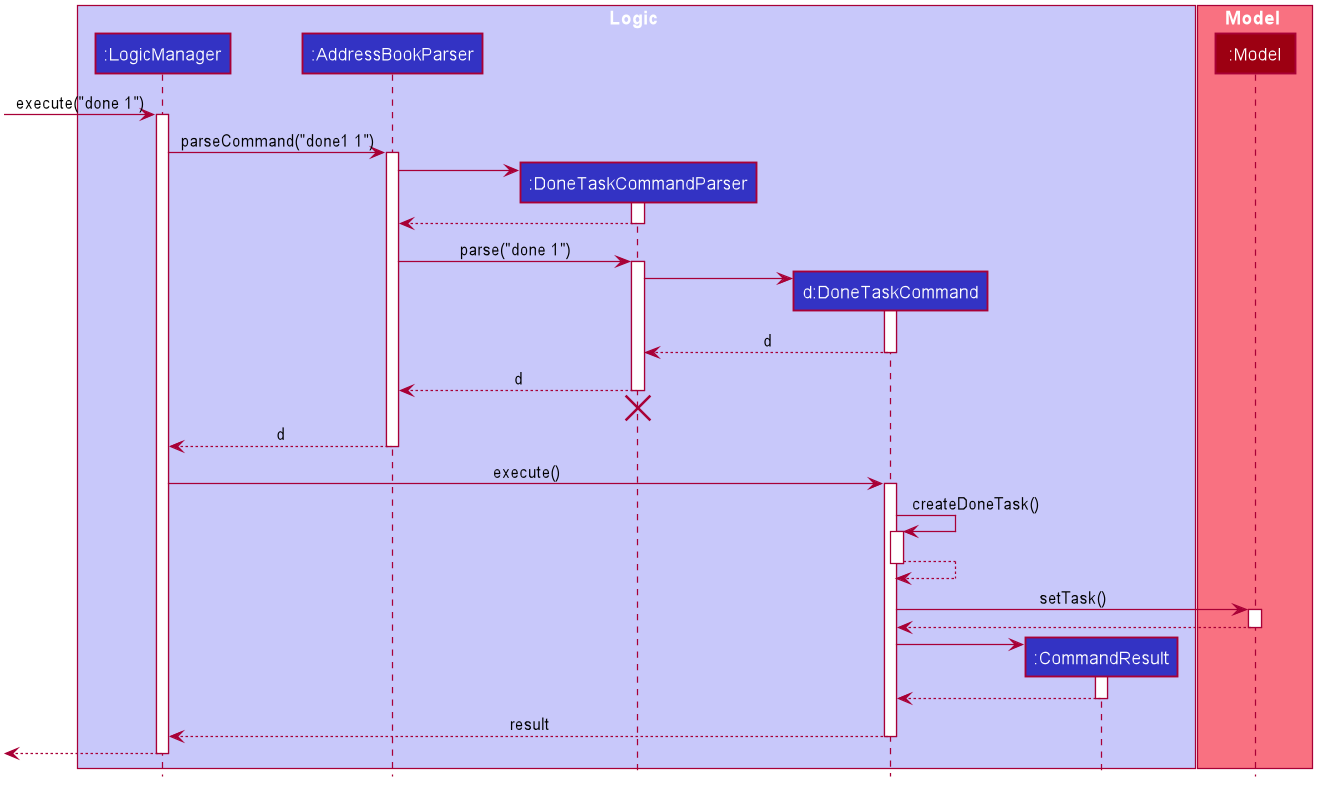
nus-cs2103-AY2021S2/tp keeps this PlantUML diagram as docs/images/DoneTaskSequenceDiagram.png. Above is the earlier version. Its diagram source:
```plantuml
@startuml








skinparam BackgroundColor #FFFFFFF

skinparam Shadowing false

skinparam Class {
    FontColor #FFFFFF
    BorderThickness 1
    BorderColor #FFFFFF
    StereotypeFontColor #FFFFFF
    FontName Arial
}

skinparam Actor {
    BorderColor #000000
    Color #000000
    FontName Arial
}

skinparam Sequence {
    MessageAlign center
    BoxFontSize 15
    BoxPadding 0
    BoxFontColor #FFFFFF
    FontName Arial
}

skinparam Participant {
    FontColor #FFFFFFF
    Padding 20
}

skinparam MinClassWidth 50
skinparam ParticipantPadding 10
skinparam Shadowing false
skinparam DefaultTextAlignment center
skinparam packageStyle Rectangle

hide footbox
hide members
hide circle

box Logic #C8C8FA
participant ":LogicManager" as LogicManager #3333C4
participant ":AddressBookParser" as AddressBookParser #3333C4
participant ":DoneTaskCommandParser" as DoneTaskCommandParser #3333C4
participant "d:DoneTaskCommand" as DoneTaskCommand #3333C4
participant ":CommandResult" as CommandResult #3333C4
end box

box Model #F97181
participant ":Model" as Model #9D0012
end box

[-> LogicManager : execute("done 1")
activate LogicManager

LogicManager -> AddressBookParser : parseCommand("done1 1")
activate AddressBookParser

create DoneTaskCommandParser
AddressBookParser -> DoneTaskCommandParser
activate DoneTaskCommandParser

DoneTaskCommandParser --> AddressBookParser
deactivate DoneTaskCommandParser

AddressBookParser -> DoneTaskCommandParser : parse("done 1")
activate DoneTaskCommandParser

create DoneTaskCommand
DoneTaskCommandParser -> DoneTaskCommand
activate DoneTaskCommand

DoneTaskCommand --> DoneTaskCommandParser : d
deactivate DoneTaskCommand

DoneTaskCommandParser --> AddressBookParser : d
deactivate DoneTaskCommandParser
DoneTaskCommandParser -[hidden]-> AddressBookParser
destroy DoneTaskCommandParser

AddressBookParser --> LogicManager : d
deactivate AddressBookParser

LogicManager -> DoneTaskCommand : execute()
activate DoneTaskCommand

DoneTaskCommand -> DoneTaskCommand : createDoneTask()
activate DoneTaskCommand

DoneTaskCommand --> DoneTaskCommand
deactivate DoneTaskCommand

DoneTaskCommand -> Model : setTask()
activate Model

Model --> DoneTaskCommand
deactivate Model

create CommandResult
DoneTaskCommand -> CommandResult
activate CommandResult

CommandResult --> DoneTaskCommand
deactivate CommandResult

DoneTaskCommand --> LogicManager : result
deactivate DoneTaskCommand

[<--LogicManager
deactivate LogicManager
@enduml
```
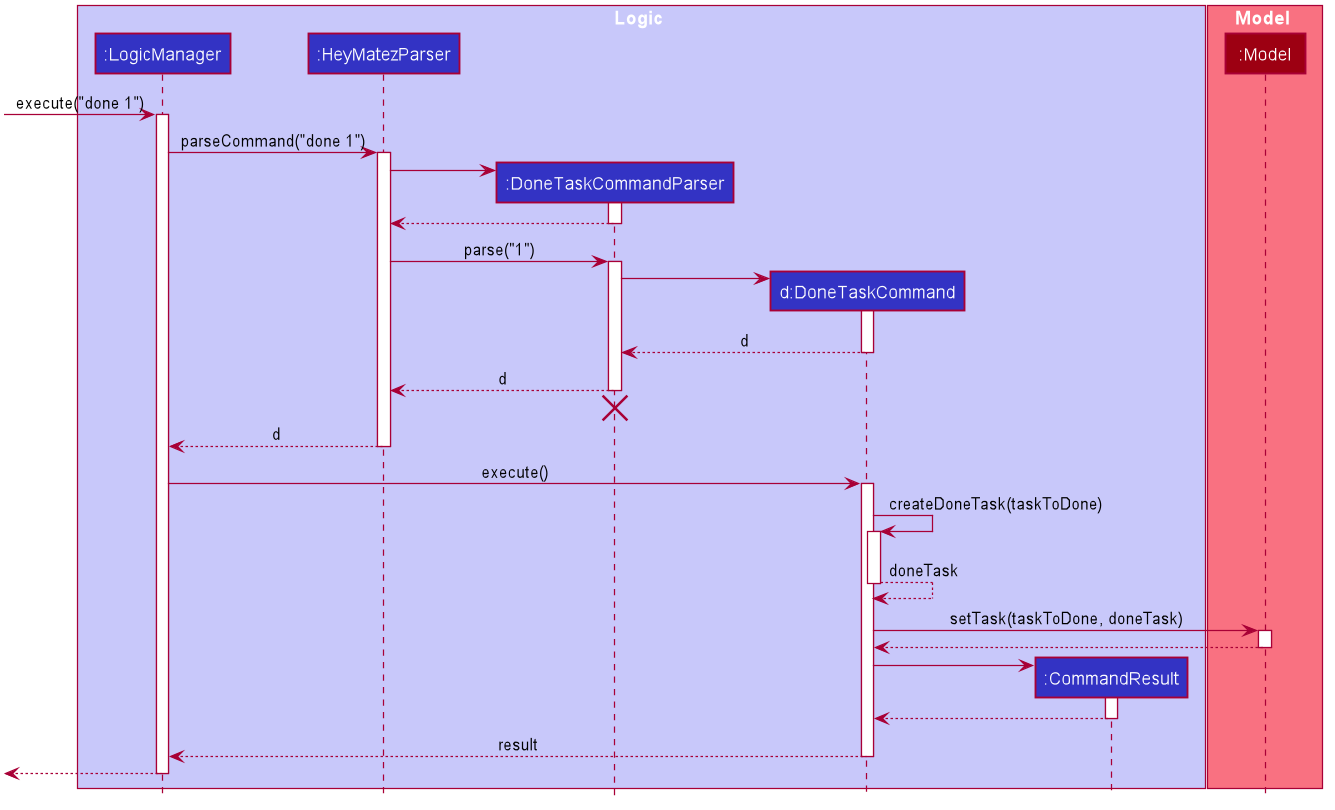
Later version of the same file.

What changed in the source:
```diff
@@ -50,7 +50,7 @@
 
 box Logic #C8C8FA
 participant ":LogicManager" as LogicManager #3333C4
-participant ":AddressBookParser" as AddressBookParser #3333C4
+participant ":HeyMatezParser" as HeyMatezParser #3333C4
 participant ":DoneTaskCommandParser" as DoneTaskCommandParser #3333C4
 participant "d:DoneTaskCommand" as DoneTaskCommand #3333C4
 participant ":CommandResult" as CommandResult #3333C4
@@ -63,17 +63,17 @@
 [-> LogicManager : execute("done 1")
 activate LogicManager
 
-LogicManager -> AddressBookParser : parseCommand("done1 1")
-activate AddressBookParser
+LogicManager -> HeyMatezParser : parseCommand("done 1")
+activate HeyMatezParser
 
 create DoneTaskCommandParser
-AddressBookParser -> DoneTaskCommandParser
+HeyMatezParser -> DoneTaskCommandParser
 activate DoneTaskCommandParser
 
-DoneTaskCommandParser --> AddressBookParser
+DoneTaskCommandParser --> HeyMatezParser
 deactivate DoneTaskCommandParser
 
-AddressBookParser -> DoneTaskCommandParser : parse("done 1")
+HeyMatezParser -> DoneTaskCommandParser : parse("1")
 activate DoneTaskCommandParser
 
 create DoneTaskCommand
@@ -83,24 +83,24 @@
 DoneTaskCommand --> DoneTaskCommandParser : d
 deactivate DoneTaskCommand
 
-DoneTaskCommandParser --> AddressBookParser : d
+DoneTaskCommandParser --> HeyMatezParser : d
 deactivate DoneTaskCommandParser
-DoneTaskCommandParser -[hidden]-> AddressBookParser
+DoneTaskCommandParser -[hidden]-> HeyMatezParser
 destroy DoneTaskCommandParser
 
-AddressBookParser --> LogicManager : d
-deactivate AddressBookParser
+HeyMatezParser --> LogicManager : d
+deactivate HeyMatezParser
 
 LogicManager -> DoneTaskCommand : execute()
 activate DoneTaskCommand
 
-DoneTaskCommand -> DoneTaskCommand : createDoneTask()
+DoneTaskCommand -> DoneTaskCommand : createDoneTask(taskToDone)
 activate DoneTaskCommand
 
-DoneTaskCommand --> DoneTaskCommand
+DoneTaskCommand --> DoneTaskCommand : doneTask
 deactivate DoneTaskCommand
 
-DoneTaskCommand -> Model : setTask()
+DoneTaskCommand -> Model : setTask(taskToDone, doneTask)
 activate Model
 
 Model --> DoneTaskCommand
```
